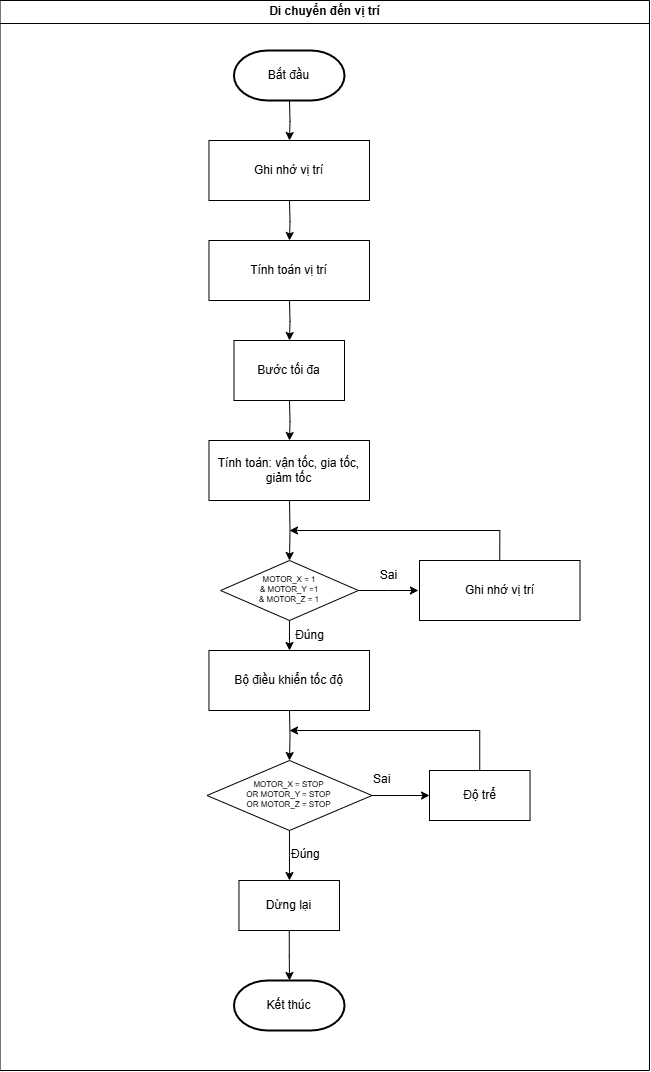
This is FLOWCHART-VIE/FLOWCHART-CONTROLL-MOTOR.png from Quynguyen34/CNC-Drill-Graduation-Project, a draw.io export, as it was before one commit. Source tidied: cells renumbered, new cells last; positions are measured from the earlier drawing's top-left corner, leaving out a move shared by most shapes.
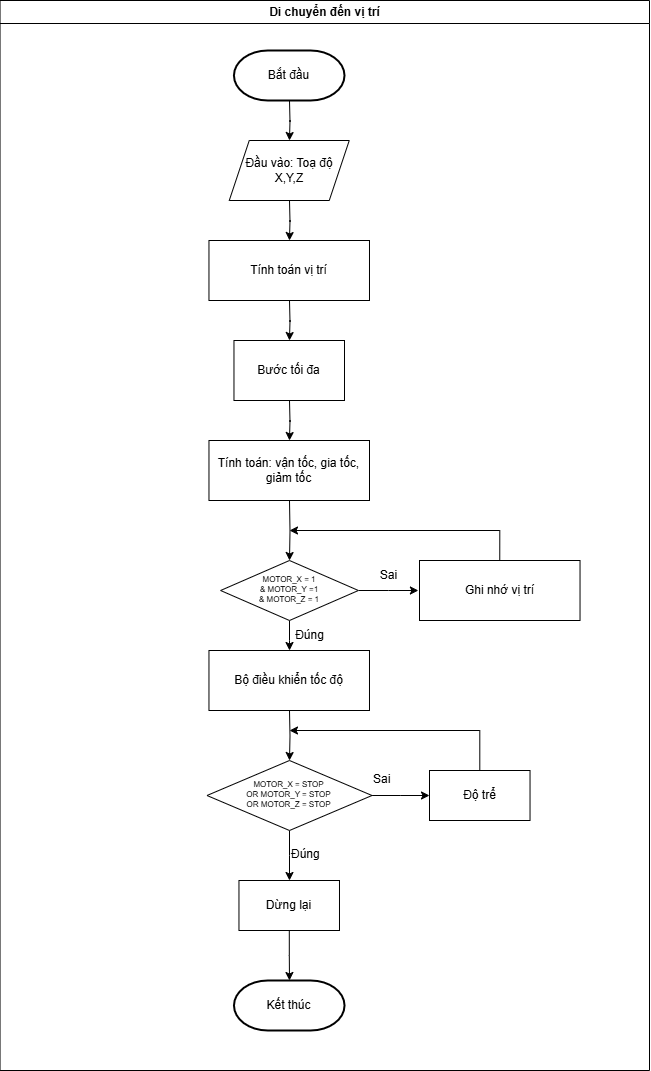
The same file after the commit.

Diff of the diagram source:
```diff
@@ -85,9 +85,6 @@
     <mxCell id="19" value="Bắt đầu" style="strokeWidth=2;html=1;shape=mxgraph.flowchart.terminator;whiteSpace=wrap;" parent="18" vertex="1">
       <mxGeometry x="233.9" y="50" width="110.6" height="50" as="geometry" />
     </mxCell>
-    <mxCell id="20" value="Ghi nhớ vị trí" style="rounded=0;whiteSpace=wrap;html=1;" parent="18" vertex="1">
-      <mxGeometry x="208.9" y="140" width="160.5" height="60" as="geometry" />
-    </mxCell>
     <mxCell id="21" value="Tính toán vị trí" style="rounded=0;whiteSpace=wrap;html=1;" parent="18" vertex="1">
       <mxGeometry x="208.9" y="240" width="160.5" height="60" as="geometry" />
     </mxCell>
@@ -123,6 +120,9 @@
     <mxCell id="30" value="Đúng" style="text;html=1;align=center;verticalAlign=middle;strokeColor=none;fillColor=none;" parent="18" vertex="1">
       <mxGeometry x="284.5" y="620" width="50" height="30" as="geometry" />
     </mxCell>
+    <mxCell id="32" value="Đầu vào: Toạ độ X,Y,Z" style="shape=parallelogram;perimeter=parallelogramPerimeter;whiteSpace=wrap;html=1;fixedSize=1;" parent="18" vertex="1">
+      <mxGeometry x="229.2" y="140" width="120" height="60" as="geometry" />
+    </mxCell>
     <mxCell id="31" style="edgeStyle=orthogonalEdgeStyle;rounded=0;jettySize=auto;html=1;" parent="1" edge="1" source="28">
       <mxGeometry relative="1" as="geometry">
         <mxPoint x="289" y="980" as="targetPoint" />
```
